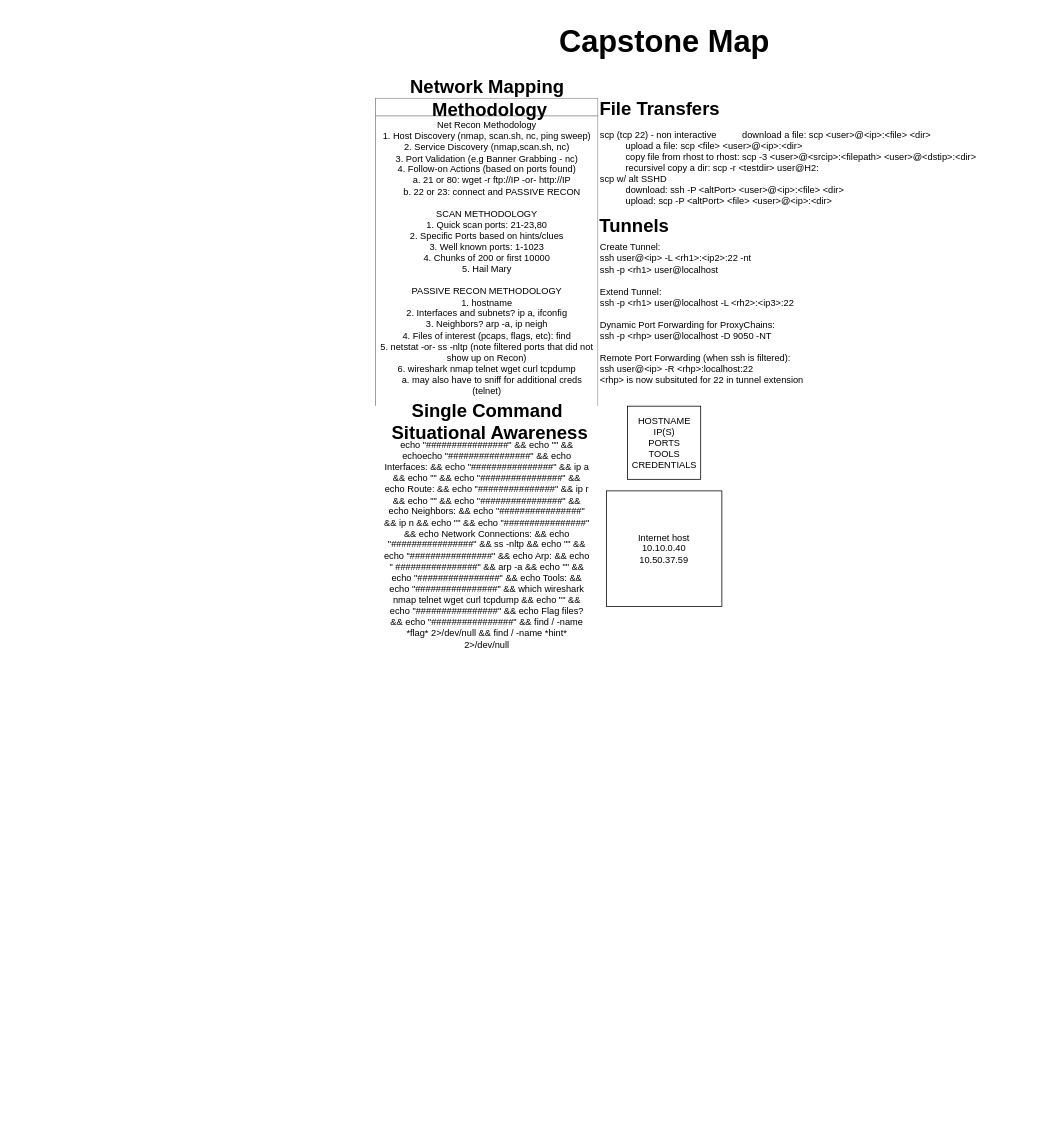
The draw.io diagram page "Page-3" (3 of 3) of Networking/Vacca/Better_Map.drawio in TheWaltuh/COSC-Notes, before the edit. Source tidied: cells renumbered, new cells numbered last; positions are measured from the earlier drawing's top-left corner, leaving out a move shared by most shapes. Both pictures are drawn from the tidied source at 77%, with x=0, y=0 at pixel (375, 13).
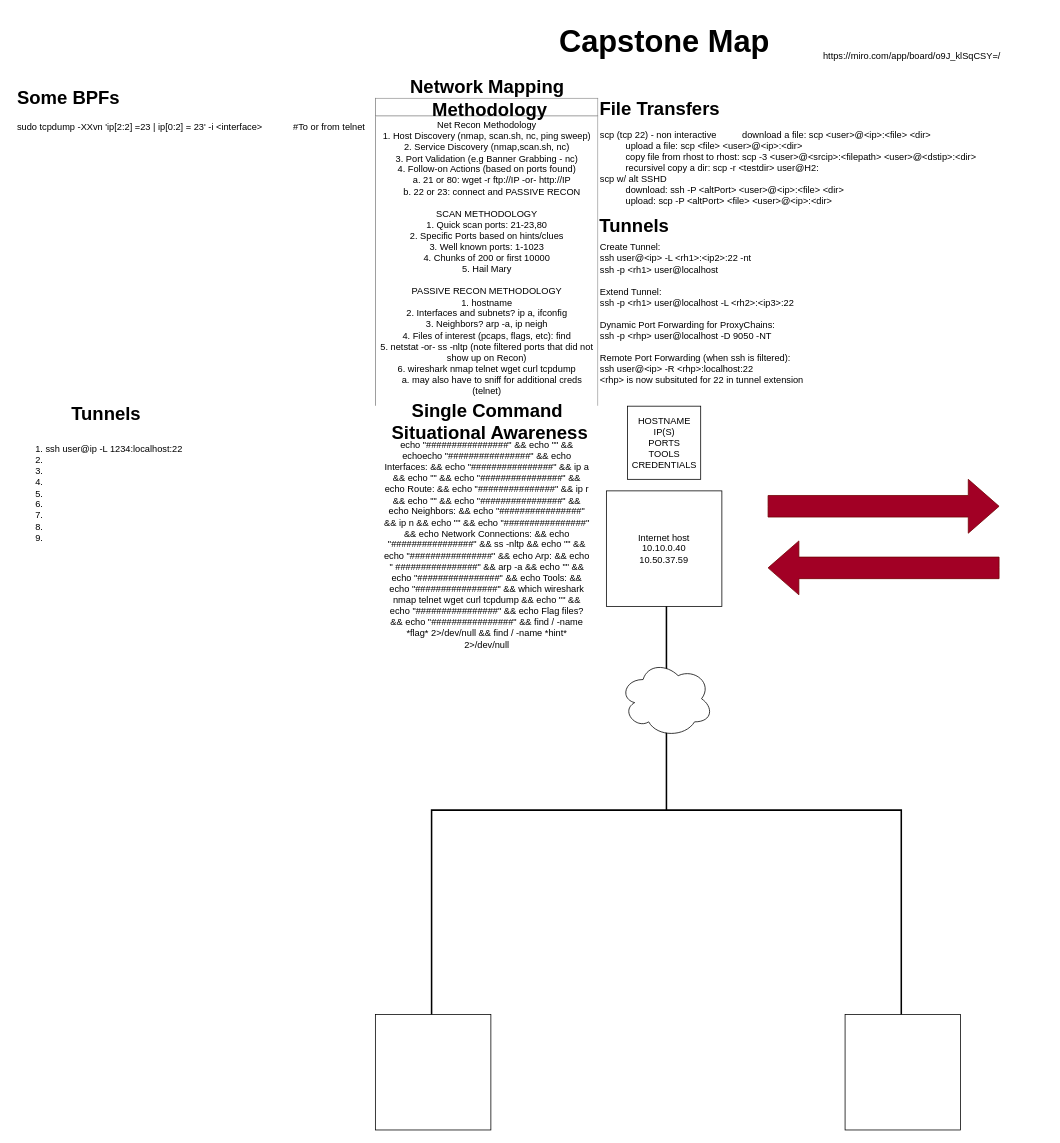
The same diagram, later.

The edit, as a diff of the source:
```diff
@@
+    <mxCell id="14" style="strokeWidth=2;html=1;shape=mxgraph.flowchart.annotation_2;align=left;labelPosition=right;rotation=90;" parent="1" vertex="1">
+      <mxGeometry x="112.4" y="729.6" width="531.2" height="610" as="geometry" />
+    </mxCell>
@@
+    <mxCell id="15" value="https://miro.com/app/board/o9J_klSqCSY=/" style="text;html=1;strokeColor=none;fillColor=none;align=center;verticalAlign=middle;whiteSpace=wrap;rounded=0;" parent="1" vertex="1">
+      <mxGeometry x="522" y="40" width="350" height="30" as="geometry" />
+    </mxCell>
+    <mxCell id="16" style="ellipse;shape=cloud;whiteSpace=wrap;html=1;" parent="1" vertex="1">
+      <mxGeometry x="317.3" y="840" width="121.5" height="100" as="geometry" />
+    </mxCell>
+    <mxCell id="17" style="html=1;shadow=0;dashed=0;align=center;verticalAlign=middle;shape=mxgraph.arrows2.arrow;dy=0.6;dx=40;notch=0;fillColor=#a20025;fontColor=#ffffff;strokeColor=#6F0000;" parent="1" vertex="1">
+      <mxGeometry x="510" y="605" width="300" height="70" as="geometry" />
+    </mxCell>
+    <mxCell id="18" style="html=1;shadow=0;dashed=0;align=center;verticalAlign=middle;shape=mxgraph.arrows2.arrow;dy=0.6;dx=40;flipH=1;notch=0;fillColor=#a20025;fontColor=#ffffff;strokeColor=#6F0000;" parent="1" vertex="1">
+      <mxGeometry x="510" y="685" width="300" height="70" as="geometry" />
+    </mxCell>
+    <mxCell id="19" style="whiteSpace=wrap;html=1;" parent="1" vertex="1">
+      <mxGeometry y="1300" width="150" height="150" as="geometry" />
+    </mxCell>
+    <mxCell id="20" style="whiteSpace=wrap;html=1;" parent="1" vertex="1">
+      <mxGeometry x="610" y="1300" width="150" height="150" as="geometry" />
+    </mxCell>
+    <mxCell id="21" value="&lt;ol&gt;&lt;li&gt;ssh user@ip -L 1234:localhost:22&lt;/li&gt;&lt;li&gt;&amp;nbsp;&lt;/li&gt;&lt;li&gt;&amp;nbsp;&lt;/li&gt;&lt;li&gt;&amp;nbsp;&lt;/li&gt;&lt;li&gt;&amp;nbsp;&lt;/li&gt;&lt;li&gt;&amp;nbsp;&lt;/li&gt;&lt;li&gt;&amp;nbsp;&lt;/li&gt;&lt;li&gt;&amp;nbsp;&lt;/li&gt;&lt;li&gt;&amp;nbsp;&lt;br&gt;&lt;/li&gt;&lt;/ol&gt;" style="text;strokeColor=none;fillColor=none;html=1;whiteSpace=wrap;verticalAlign=top;overflow=hidden;" parent="1" vertex="1">
+      <mxGeometry x="-470" y="540" width="430" height="260" as="geometry" />
+    </mxCell>
+    <mxCell id="22" value="Tunnels" style="text;strokeColor=none;fillColor=none;html=1;fontSize=24;fontStyle=1;verticalAlign=middle;align=center;" parent="1" vertex="1">
+      <mxGeometry x="-400" y="500" width="100" height="40" as="geometry" />
+    </mxCell>
+    <mxCell id="23" value="&lt;h1&gt;Some BPFs&lt;br&gt;&lt;/h1&gt;&lt;p&gt;sudo tcpdump -XXvn 'ip[2:2] =23 | ip[0:2] = 23' -i &amp;lt;interface&amp;gt;&amp;nbsp;&amp;nbsp;&amp;nbsp;&amp;nbsp;&amp;nbsp;&amp;nbsp;&amp;nbsp;&amp;nbsp;&amp;nbsp;&amp;nbsp;&amp;nbsp; #To or from telnet&lt;br&gt;&lt;/p&gt;" style="text;html=1;strokeColor=none;fillColor=none;spacing=5;spacingTop=-20;whiteSpace=wrap;overflow=hidden;rounded=0;" parent="1" vertex="1">
+      <mxGeometry x="-470" y="90" width="460" height="120" as="geometry" />
+    </mxCell>
```
